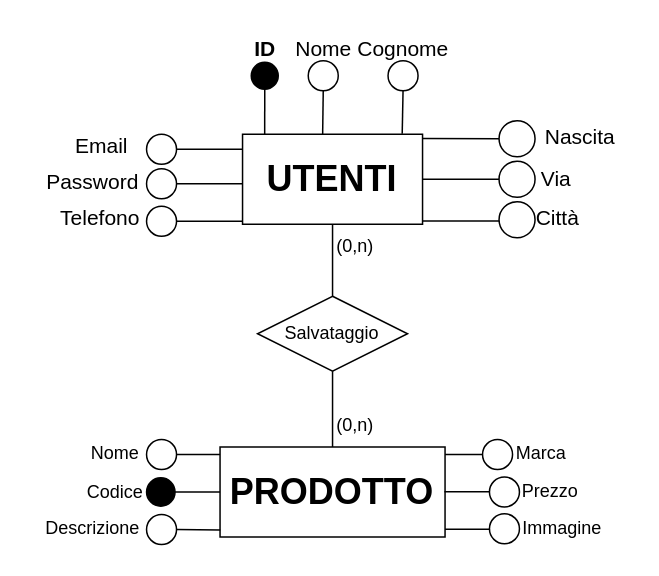
Above: Diagramma E-R Database/Zanini_Nathan_Diagramma_E-R_Database_Originale.drawio in 5GI-Zanini-Nathan-2023-2024/Tennis.com (draw.io), before the change. Source tidied: cells renumbered, new cells numbered last; positions are measured from the earlier drawing's top-left corner, leaving out a move shared by most shapes. Both pictures are drawn from the tidied source at 150%, with x=0, y=0 at pixel (24, 26).
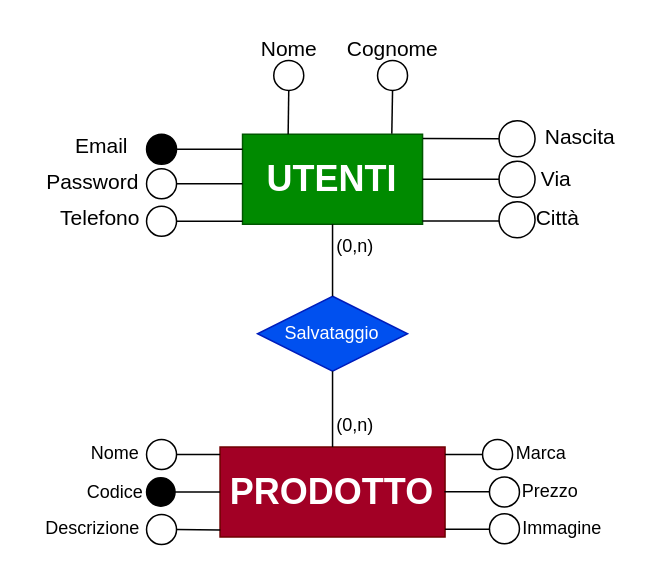
The same diagram, later.

The edit, as a diff of the source:
```diff
@@
-    <mxCell id="2" value="&lt;b&gt;&lt;font style=&quot;font-size: 24px;&quot;&gt;UTENTI&lt;/font&gt;&lt;/b&gt;" style="rounded=0;whiteSpace=wrap;html=1;" parent="1" vertex="1">
+    <mxCell id="2" value="&lt;b&gt;&lt;font style=&quot;font-size: 24px;&quot;&gt;UTENTI&lt;/font&gt;&lt;/b&gt;" style="rounded=0;whiteSpace=wrap;html=1;fillColor=#008a00;fontColor=#ffffff;strokeColor=#005700;" parent="1" vertex="1">
       <mxGeometry x="145.2" y="72" width="120" height="60" as="geometry" />
     </mxCell>
-    <mxCell id="3" style="endArrow=none;html=1;rounded=0;entryX=0.5;entryY=1;entryDx=0;entryDy=0;exitX=0.123;exitY=0;exitDx=0;exitDy=0;exitPerimeter=0;" parent="1" edge="1" source="2" target="4">
-      <mxGeometry relative="1" as="geometry" />
-    </mxCell>
-    <mxCell id="4" style="ellipse;whiteSpace=wrap;html=1;fillColor=#000000;" parent="1" vertex="1">
-      <mxGeometry x="151" y="24" width="18" height="18" as="geometry" />
-    </mxCell>
-    <mxCell id="5" value="&lt;b&gt;&lt;font style=&quot;font-size: 14px;&quot;&gt;ID&lt;/font&gt;&lt;/b&gt;" style="text;html=1;align=center;verticalAlign=middle;strokeColor=none;fillColor=none;" parent="1" vertex="1">
-      <mxGeometry x="140" width="40" height="30" as="geometry" />
-    </mxCell>
     <mxCell id="6" value="&lt;font style=&quot;font-size: 14px;&quot;&gt;Nome&lt;/font&gt;" style="text;html=1;align=center;verticalAlign=middle;strokeColor=none;fillColor=none;" parent="1" vertex="1">
-      <mxGeometry x="169" width="60" height="30" as="geometry" />
+      <mxGeometry x="146" width="60" height="30" as="geometry" />
     </mxCell>
     <mxCell id="7" value="&lt;font style=&quot;font-size: 14px;&quot;&gt;Cognome&lt;/font&gt;" style="text;html=1;align=center;verticalAlign=middle;strokeColor=none;fillColor=none;" parent="1" vertex="1">
-      <mxGeometry x="212.2" width="80" height="30" as="geometry" />
+      <mxGeometry x="205.2" width="80" height="30" as="geometry" />
     </mxCell>
@@
-    <mxCell id="14" style="endArrow=none;html=1;rounded=0;exitX=0.887;exitY=-0.005;exitDx=0;exitDy=0;entryX=0.5;entryY=1;entryDx=0;entryDy=0;exitPerimeter=0;" parent="1" edge="1" source="2" target="15">
-      <mxGeometry relative="1" as="geometry" />
+    <mxCell id="14" style="endArrow=none;html=1;rounded=0;exitX=0.887;exitY=-0.005;exitDx=0;exitDy=0;entryX=0.5;entryY=1;entryDx=0;entryDy=0;exitPerimeter=0;" parent="1" edge="1" target="15">
+      <mxGeometry relative="1" as="geometry">
+        <mxPoint x="244.7" y="71.7" as="sourcePoint" />
+      </mxGeometry>
     </mxCell>
     <mxCell id="15" style="ellipse;whiteSpace=wrap;html=1;" parent="1" vertex="1">
-      <mxGeometry x="242.2" y="23" width="20" height="20" as="geometry" />
+      <mxGeometry x="235.2" y="22.8" width="20" height="20" as="geometry" />
     </mxCell>
-    <mxCell id="16" style="endArrow=none;html=1;rounded=0;entryX=0.5;entryY=1;entryDx=0;entryDy=0;exitX=0.445;exitY=0.003;exitDx=0;exitDy=0;exitPerimeter=0;" parent="1" edge="1" source="2" target="17">
-      <mxGeometry relative="1" as="geometry" />
+    <mxCell id="16" style="endArrow=none;html=1;rounded=0;entryX=0.5;entryY=1;entryDx=0;entryDy=0;exitX=0.445;exitY=0.003;exitDx=0;exitDy=0;exitPerimeter=0;" parent="1" edge="1" target="17">
+      <mxGeometry relative="1" as="geometry">
+        <mxPoint x="175.6" y="72" as="sourcePoint" />
+      </mxGeometry>
     </mxCell>
     <mxCell id="17" style="ellipse;whiteSpace=wrap;html=1;" parent="1" vertex="1">
-      <mxGeometry x="189" y="23" width="20" height="20" as="geometry" />
+      <mxGeometry x="166" y="22.8" width="20" height="20" as="geometry" />
     </mxCell>
@@
-    <mxCell id="24" value="&lt;font style=&quot;font-size: 24px;&quot;&gt;&lt;b&gt;PRODOTTO&lt;/b&gt;&lt;/font&gt;" style="rounded=0;whiteSpace=wrap;html=1;" parent="1" vertex="1">
+    <mxCell id="24" value="&lt;font style=&quot;font-size: 24px;&quot;&gt;&lt;b&gt;PRODOTTO&lt;/b&gt;&lt;/font&gt;" style="rounded=0;whiteSpace=wrap;html=1;fillColor=#a20025;fontColor=#ffffff;strokeColor=#6F0000;" parent="1" vertex="1">
       <mxGeometry x="130.2" y="280.5" width="150" height="60" as="geometry" />
     </mxCell>
@@
-    <mxCell id="34" style="ellipse;whiteSpace=wrap;html=1;" parent="1" vertex="1">
+    <mxCell id="34" style="ellipse;whiteSpace=wrap;html=1;fillColor=#000000;" parent="1" vertex="1">
       <mxGeometry x="81.2" y="72" width="20" height="20" as="geometry" />
     </mxCell>
@@
-    <mxCell id="49" value="Salvataggio" style="rhombus;whiteSpace=wrap;html=1;rotation=0;" parent="1" vertex="1">
+    <mxCell id="49" value="Salvataggio" style="rhombus;whiteSpace=wrap;html=1;rotation=0;fillColor=#0050ef;fontColor=#ffffff;strokeColor=#001DBC;" parent="1" vertex="1">
       <mxGeometry x="155.2" y="180" width="100" height="50" as="geometry" />
     </mxCell>
```
